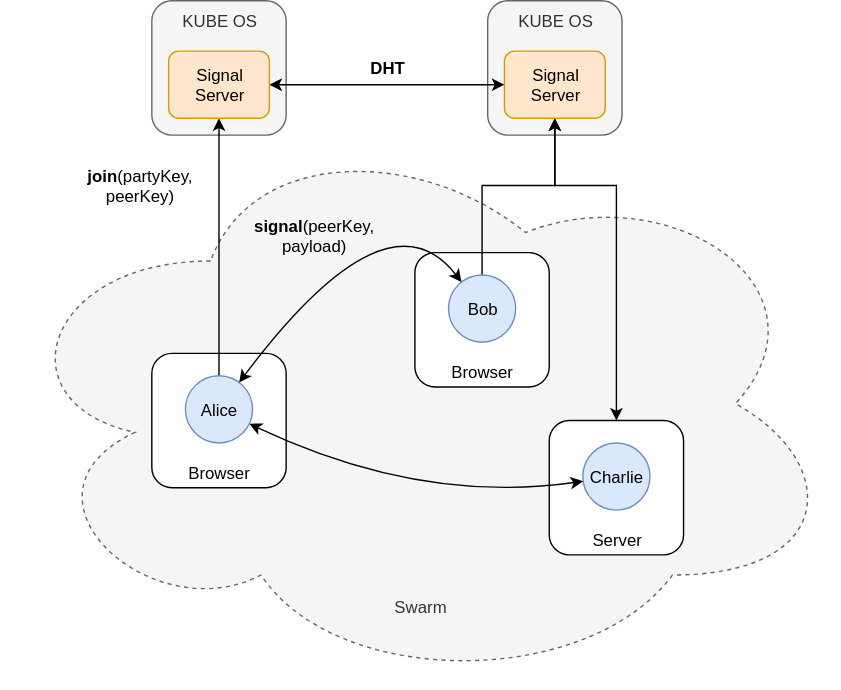
Earlier version of the draw.io export docs/design/diagrams/mesh-signal.drawio.svg (dxos/dxos). Source tidied: cells renumbered, new cells last; positions are measured from the earlier drawing's top-left corner, leaving out a move shared by most shapes.
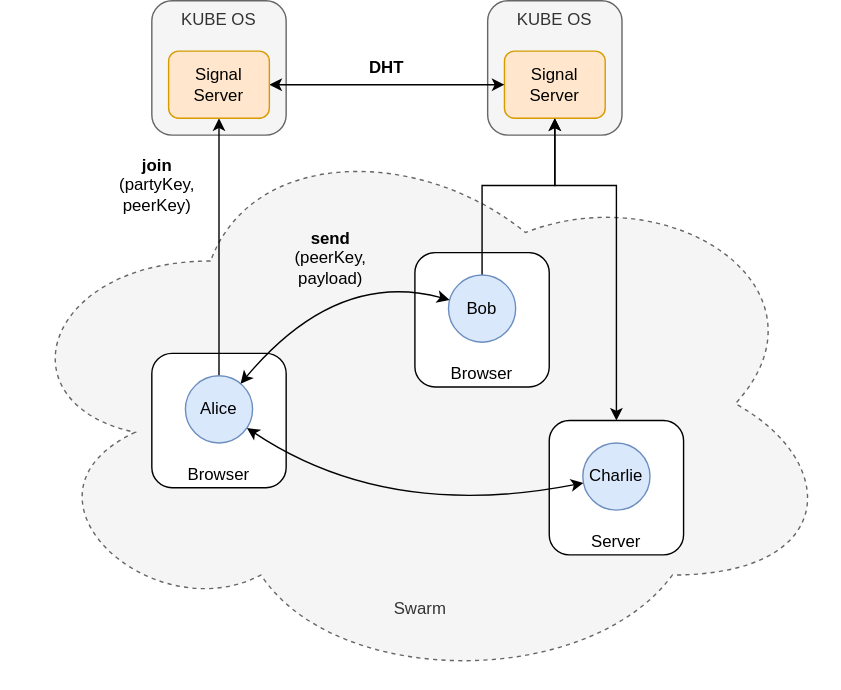
After the commit.

What changed in the source:
```diff
@@ -44,15 +44,15 @@
       <mxGeometry x="120" y="36" width="72" height="48" as="geometry" />
     </mxCell>
     <mxCell id="14" value="&lt;b&gt;join&lt;/b&gt;(partyKey, peerKey)" style="text;html=1;strokeColor=none;fillColor=none;align=center;verticalAlign=middle;whiteSpace=wrap;rounded=0;" parent="1" vertex="1">
-      <mxGeometry x="80" y="120" width="40" height="24" as="geometry" />
+      <mxGeometry x="92" y="120" width="40" height="24" as="geometry" />
     </mxCell>
-    <mxCell id="15" value="&lt;b&gt;signal&lt;/b&gt;(peerKey, payload)" style="text;html=1;strokeColor=none;fillColor=none;align=center;verticalAlign=middle;whiteSpace=wrap;rounded=0;" parent="1" vertex="1">
-      <mxGeometry x="204" y="156" width="40" height="24" as="geometry" />
+    <mxCell id="15" value="&lt;b&gt;send&lt;/b&gt;(peerKey, payload)" style="text;html=1;strokeColor=none;fillColor=none;align=center;verticalAlign=middle;whiteSpace=wrap;rounded=0;" parent="1" vertex="1">
+      <mxGeometry x="216" y="172" width="40" height="24" as="geometry" />
     </mxCell>
     <mxCell id="16" style="endArrow=classic;startArrow=classic;html=1;curved=1;" parent="1" edge="1" source="10" target="8">
       <mxGeometry relative="1" as="geometry">
         <Array as="points">
-          <mxPoint x="276" y="132" />
+          <mxPoint x="240" y="192" />
         </Array>
       </mxGeometry>
     </mxCell>
@@ -76,7 +76,7 @@
     <mxCell id="21" style="endArrow=classic;startArrow=classic;html=1;curved=1;" parent="1" edge="1" source="20" target="8">
       <mxGeometry relative="1" as="geometry">
         <Array as="points">
-          <mxPoint x="300" y="360" />
+          <mxPoint x="276" y="372" />
         </Array>
       </mxGeometry>
     </mxCell>
```
